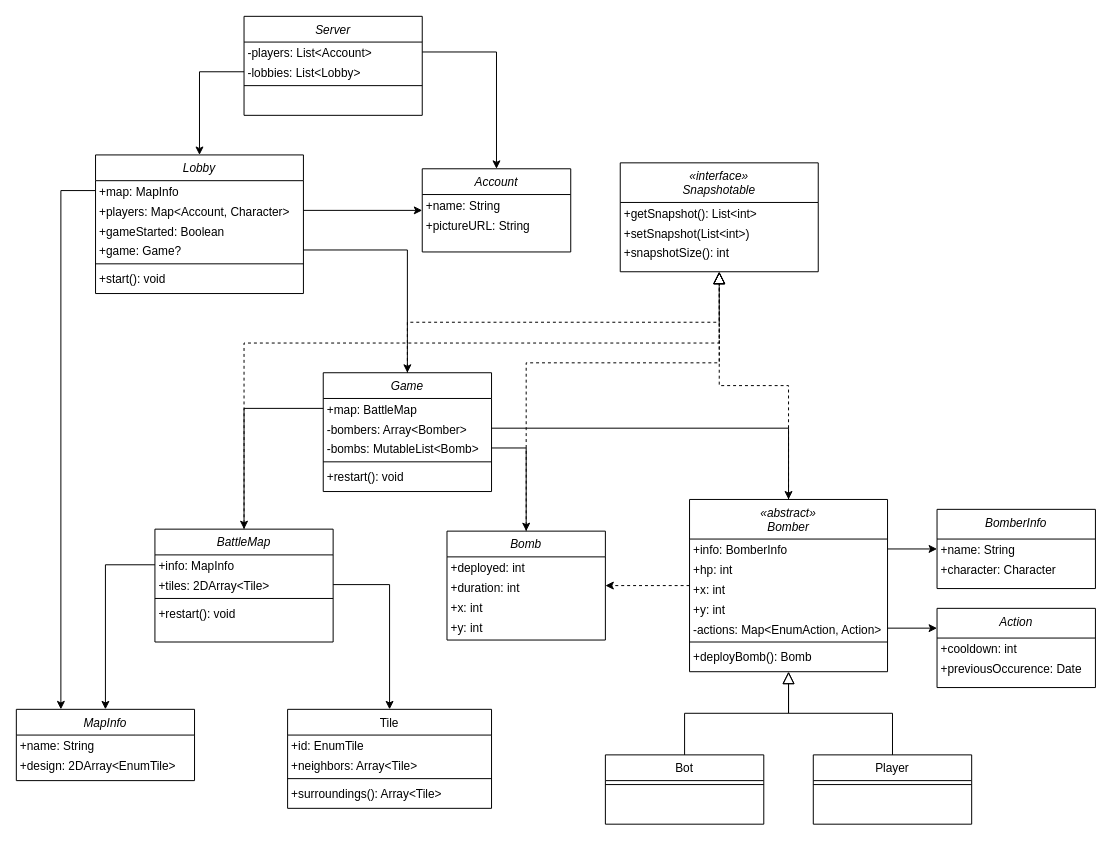
Darderion/GoGo keeps this draw.io diagram as docs/GoGo.drawio. Above is the earlier version. Source tidied: cells renumbered, new cells numbered last; positions are measured from the earlier drawing's top-left corner, leaving out a move shared by most shapes. Both pictures are drawn from the tidied source at 99%, with x=0, y=0 at pixel (16, 16).
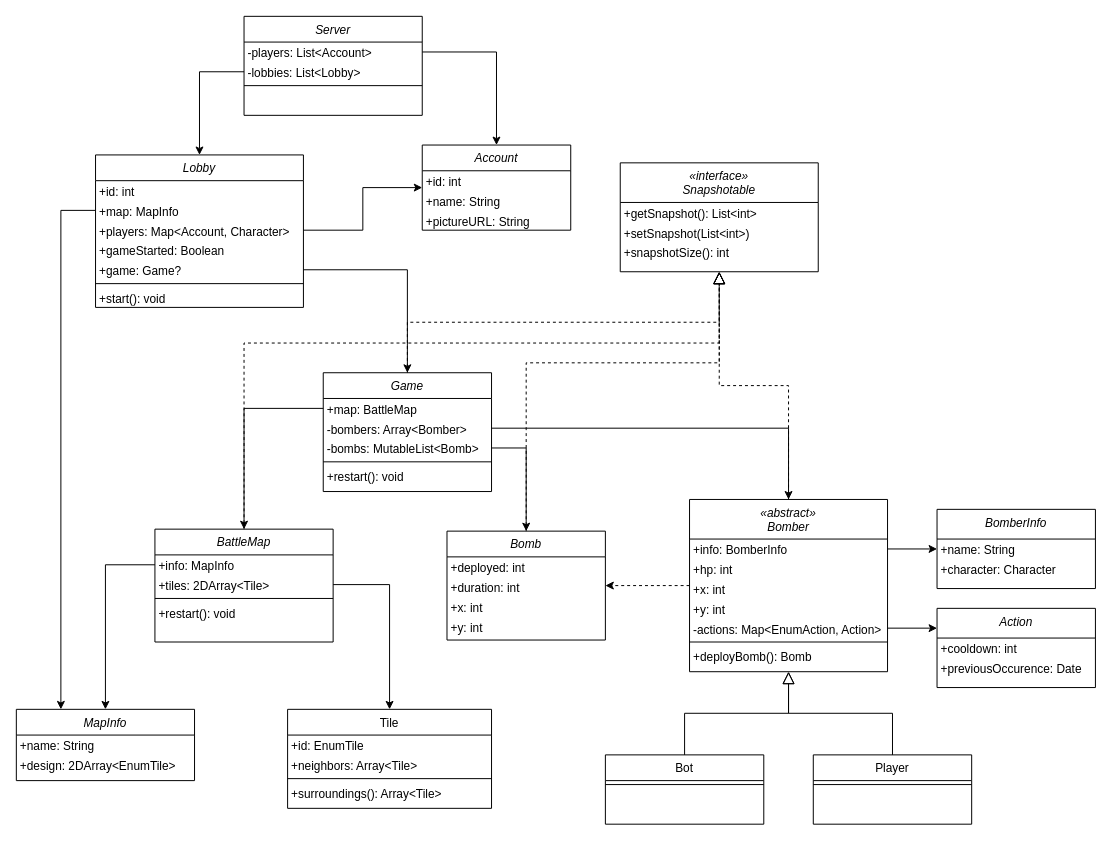
The same diagram, later.

The edit, as a diff of the source:
```diff
@@
     <mxCell id="51" value="Lobby" style="swimlane;fontStyle=2;align=center;verticalAlign=top;horizontal=1;startSize=26;rounded=0;shadow=0;strokeWidth=1;" parent="1" vertex="1">
-      <mxGeometry x="80" y="140" width="210" height="140" as="geometry" />
+      <mxGeometry x="80" y="140" width="210" height="154" as="geometry" />
     </mxCell>
+    <mxCell id="81" value="+id: int" style="text;align=left;verticalAlign=top;spacingLeft=4;spacingRight=4;overflow=hidden;spacing=0;" parent="51" vertex="1">
+      <mxGeometry y="26" width="210" height="20" as="geometry" />
+    </mxCell>
     <mxCell id="52" value="+map: MapInfo" style="text;align=left;verticalAlign=top;spacingLeft=4;spacingRight=4;overflow=hidden;points=[[0,0.5],[1,0.5]];portConstraint=eastwest;spacing=0;" parent="51" vertex="1">
-      <mxGeometry y="26" width="210" height="20" as="geometry" />
+      <mxGeometry y="46" width="210" height="20" as="geometry" />
     </mxCell>
     <mxCell id="53" value="+players: Map&lt;Account, Character&gt;" style="text;align=left;verticalAlign=top;spacingLeft=4;spacingRight=4;overflow=hidden;points=[[0,0.5],[1,0.5]];portConstraint=eastwest;spacing=0;" parent="51" vertex="1">
-      <mxGeometry y="46" width="210" height="20" as="geometry" />
+      <mxGeometry y="66" width="210" height="20" as="geometry" />
     </mxCell>
     <mxCell id="54" value="+gameStarted: Boolean" style="text;align=left;verticalAlign=top;spacingLeft=4;spacingRight=4;overflow=hidden;spacing=0;" parent="51" vertex="1">
-      <mxGeometry y="66" width="210" height="20" as="geometry" />
+      <mxGeometry y="86" width="210" height="20" as="geometry" />
     </mxCell>
     <mxCell id="55" value="+game: Game?" style="text;align=left;verticalAlign=top;spacingLeft=4;spacingRight=4;overflow=hidden;points=[[0,0.5],[1,0.5]];portConstraint=eastwest;spacing=0;" parent="51" vertex="1">
-      <mxGeometry y="86" width="210" height="20" as="geometry" />
+      <mxGeometry y="106" width="210" height="20" as="geometry" />
     </mxCell>
     <mxCell id="56" style="line;html=1;strokeWidth=1;align=left;verticalAlign=middle;spacingTop=-1;spacingLeft=3;spacingRight=3;labelPosition=right;" parent="51" vertex="1">
-      <mxGeometry y="106" width="210" height="8" as="geometry" />
+      <mxGeometry y="126" width="210" height="8" as="geometry" />
     </mxCell>
     <mxCell id="57" value="+start(): void" style="text;align=left;verticalAlign=top;spacingLeft=4;spacingRight=4;overflow=hidden;spacing=0;" parent="51" vertex="1">
-      <mxGeometry y="114" width="210" height="20" as="geometry" />
+      <mxGeometry y="134" width="210" height="20" as="geometry" />
     </mxCell>
     <mxCell id="58" value="Account" style="swimlane;fontStyle=2;align=center;verticalAlign=top;horizontal=1;startSize=26;rounded=0;shadow=0;strokeWidth=1;" parent="1" vertex="1">
-      <mxGeometry x="410" y="154" width="150" height="84" as="geometry" />
+      <mxGeometry x="410" y="130" width="150" height="86" as="geometry" />
     </mxCell>
+    <mxCell id="82" value="+id: int" style="text;align=left;verticalAlign=top;spacingLeft=4;spacingRight=4;overflow=hidden;spacing=0;" parent="58" vertex="1">
+      <mxGeometry y="26" width="150" height="20" as="geometry" />
+    </mxCell>
     <mxCell id="59" value="+name: String" style="text;align=left;verticalAlign=top;spacingLeft=4;spacingRight=4;overflow=hidden;spacing=0;" parent="58" vertex="1">
-      <mxGeometry y="26" width="150" height="20" as="geometry" />
+      <mxGeometry y="46" width="150" height="20" as="geometry" />
     </mxCell>
     <mxCell id="60" value="+pictureURL: String" style="text;align=left;verticalAlign=top;spacingLeft=4;spacingRight=4;overflow=hidden;spacing=0;" parent="58" vertex="1">
-      <mxGeometry y="46" width="150" height="20" as="geometry" />
+      <mxGeometry y="66" width="150" height="20" as="geometry" />
     </mxCell>
```
